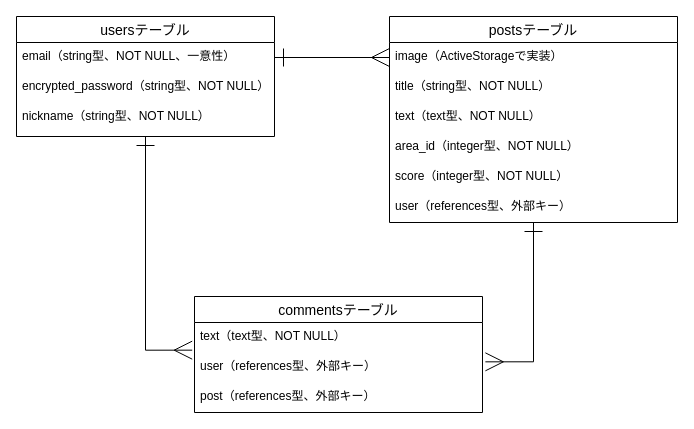
This is ER.dio from kotaro-hetsugi/original_app-34434, a draw.io file, before an edit. Source tidied: cells renumbered, new cells numbered last; positions are measured from the earlier drawing's top-left corner, leaving out a move shared by most shapes. Both pictures are drawn from the tidied source at 100%, with x=0, y=0 at pixel (16, 16).
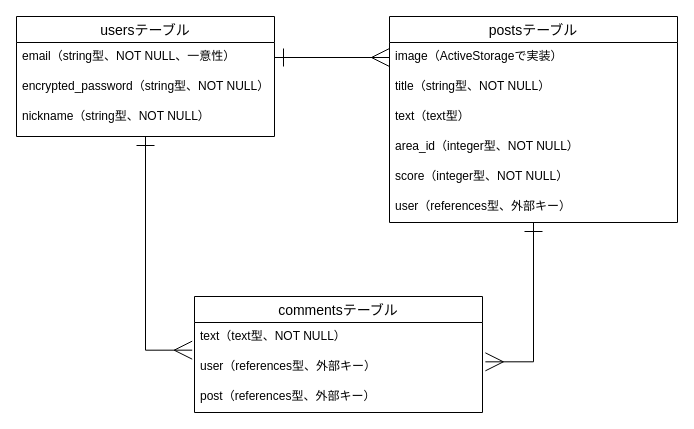
The same page after the edit.

What changed in the source:
```diff
@@
 <mxGraphModel>
   <root>
     <mxCell id="0" />
     <mxCell id="1" parent="0" />
     <mxCell id="2" style="edgeStyle=orthogonalEdgeStyle;rounded=0;jettySize=auto;html=1;entryX=-0.008;entryY=0.922;entryDx=0;entryDy=0;entryPerimeter=0;startArrow=ERone;startFill=0;startSize=16;endArrow=ERmany;endFill=0;endSize=16;" parent="1" edge="1" source="3" target="16">
       <mxGeometry relative="1" as="geometry" />
     </mxCell>
     <mxCell id="3" value="usersテーブル" style="swimlane;fontStyle=0;horizontal=1;startSize=26;align=center;fontSize=14;" parent="1" vertex="1">
       <mxGeometry width="258" height="120" as="geometry" />
     </mxCell>
     <mxCell id="4" value="email（string型、NOT NULL、一意性）" style="text;strokeColor=none;fillColor=none;spacingLeft=4;spacingRight=4;overflow=hidden;points=[[0,0.5],[1,0.5]];portConstraint=eastwest;fontSize=12;" parent="3" vertex="1">
       <mxGeometry y="26" width="258" height="30" as="geometry" />
     </mxCell>
     <mxCell id="5" value="encrypted_password（string型、NOT NULL）" style="text;strokeColor=none;fillColor=none;spacingLeft=4;spacingRight=4;overflow=hidden;fontSize=12;" parent="3" vertex="1">
       <mxGeometry y="56" width="258" height="30" as="geometry" />
     </mxCell>
     <mxCell id="6" value="nickname（string型、NOT NULL）" style="text;strokeColor=none;fillColor=none;spacingLeft=4;spacingRight=4;overflow=hidden;fontSize=12;" parent="3" vertex="1">
       <mxGeometry y="86" width="258" height="34" as="geometry" />
     </mxCell>
     <mxCell id="7" style="edgeStyle=orthogonalEdgeStyle;rounded=0;jettySize=auto;html=1;entryX=1.01;entryY=0.311;entryDx=0;entryDy=0;entryPerimeter=0;startArrow=ERone;startFill=0;startSize=16;endArrow=ERmany;endFill=0;endSize=16;" parent="1" edge="1" source="8" target="17">
       <mxGeometry relative="1" as="geometry" />
     </mxCell>
     <mxCell id="8" value="postsテーブル" style="swimlane;fontStyle=0;horizontal=1;startSize=26;align=center;fontSize=14;" parent="1" vertex="1">
       <mxGeometry x="373" width="288" height="206" as="geometry" />
     </mxCell>
     <mxCell id="9" value="image（ActiveStorageで実装）" style="text;strokeColor=none;fillColor=none;spacingLeft=4;spacingRight=4;overflow=hidden;points=[[0,0.5],[1,0.5]];portConstraint=eastwest;fontSize=12;" parent="8" vertex="1">
       <mxGeometry y="26" width="288" height="30" as="geometry" />
     </mxCell>
     <mxCell id="10" value="title（string型、NOT NULL）" style="text;strokeColor=none;fillColor=none;spacingLeft=4;spacingRight=4;overflow=hidden;fontSize=12;" parent="8" vertex="1">
       <mxGeometry y="56" width="288" height="30" as="geometry" />
     </mxCell>
-    <mxCell id="11" value="text（text型、NOT NULL）" style="text;strokeColor=none;fillColor=none;spacingLeft=4;spacingRight=4;overflow=hidden;fontSize=12;" parent="8" vertex="1">
+    <mxCell id="11" value="text（text型）" style="text;strokeColor=none;fillColor=none;spacingLeft=4;spacingRight=4;overflow=hidden;fontSize=12;" parent="8" vertex="1">
       <mxGeometry y="86" width="288" height="30" as="geometry" />
     </mxCell>
     <mxCell id="12" value="area_id（integer型、NOT NULL）" style="text;strokeColor=none;fillColor=none;spacingLeft=4;spacingRight=4;overflow=hidden;fontSize=12;" parent="8" vertex="1">
       <mxGeometry y="116" width="288" height="30" as="geometry" />
     </mxCell>
     <mxCell id="13" value="score（integer型、NOT NULL）" style="text;strokeColor=none;fillColor=none;spacingLeft=4;spacingRight=4;overflow=hidden;fontSize=12;" parent="8" vertex="1">
       <mxGeometry y="146" width="288" height="30" as="geometry" />
     </mxCell>
     <mxCell id="14" value="user（references型、外部キー）" style="text;strokeColor=none;fillColor=none;spacingLeft=4;spacingRight=4;overflow=hidden;fontSize=12;" parent="8" vertex="1">
       <mxGeometry y="176" width="288" height="30" as="geometry" />
     </mxCell>
     <mxCell id="15" value="commentsテーブル" style="swimlane;fontStyle=0;horizontal=1;startSize=26;align=center;fontSize=14;" parent="1" vertex="1">
       <mxGeometry x="178" y="280" width="288" height="116" as="geometry" />
     </mxCell>
     <mxCell id="16" value="text（text型、NOT NULL）" style="text;strokeColor=none;fillColor=none;spacingLeft=4;spacingRight=4;overflow=hidden;points=[[0,0.5],[1,0.5]];portConstraint=eastwest;fontSize=12;" parent="15" vertex="1">
       <mxGeometry y="26" width="288" height="30" as="geometry" />
     </mxCell>
     <mxCell id="17" value="user（references型、外部キー）" style="text;strokeColor=none;fillColor=none;spacingLeft=4;spacingRight=4;overflow=hidden;points=[[0,0.5],[1,0.5]];portConstraint=eastwest;fontSize=12;" parent="15" vertex="1">
       <mxGeometry y="56" width="288" height="30" as="geometry" />
     </mxCell>
     <mxCell id="18" value="post（references型、外部キー）" style="text;strokeColor=none;fillColor=none;spacingLeft=4;spacingRight=4;overflow=hidden;fontSize=12;" parent="15" vertex="1">
       <mxGeometry y="86" width="288" height="30" as="geometry" />
     </mxCell>
     <mxCell id="19" style="edgeStyle=orthogonalEdgeStyle;rounded=0;jettySize=auto;html=1;exitX=1;exitY=0.5;exitDx=0;exitDy=0;entryX=0;entryY=0.5;entryDx=0;entryDy=0;endSize=16;startSize=16;endArrow=ERmany;endFill=0;startArrow=ERone;startFill=0;" parent="1" edge="1" source="4" target="9">
       <mxGeometry relative="1" as="geometry" />
     </mxCell>
   </root>
 </mxGraphModel>
```
